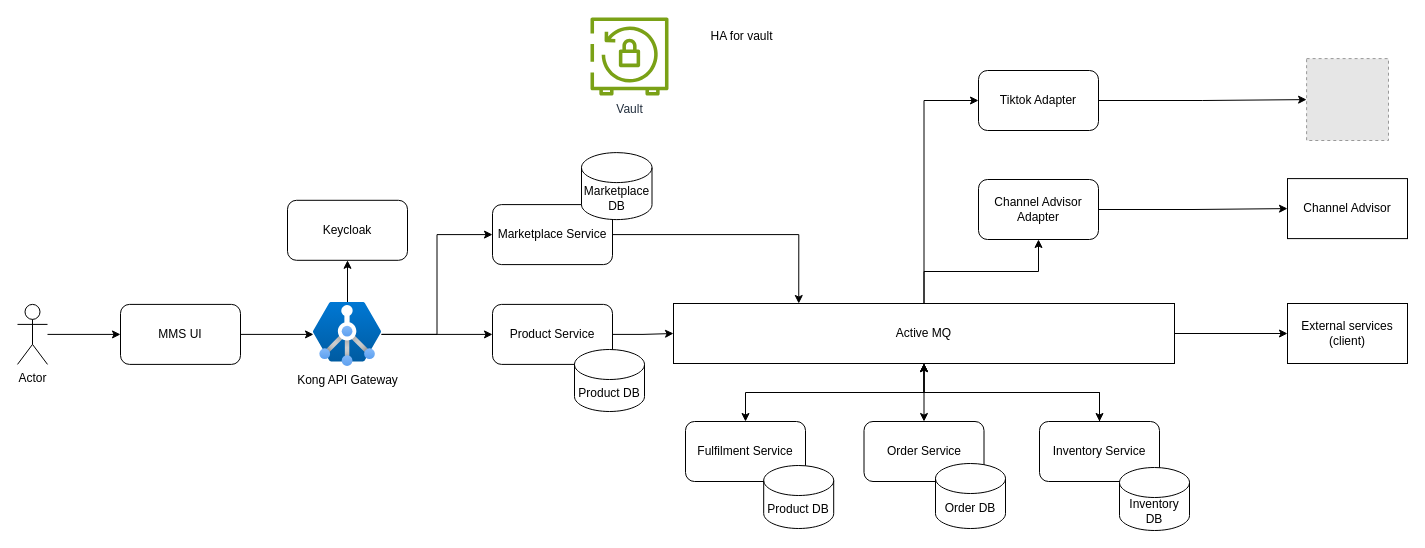
Before: page "Page-16" (16 of 16) of hibernate.drawio in minhtran-q/hibernate-knowledge, a draw.io diagram. Source tidied: cells renumbered, new cells numbered last; positions are measured from the earlier drawing's top-left corner, leaving out a move shared by most shapes. Both pictures are drawn from the tidied source at 100%, with x=0, y=0 at pixel (17, 17). Pictures stored in the file or linked from it are replaced by grey dashed boxes.
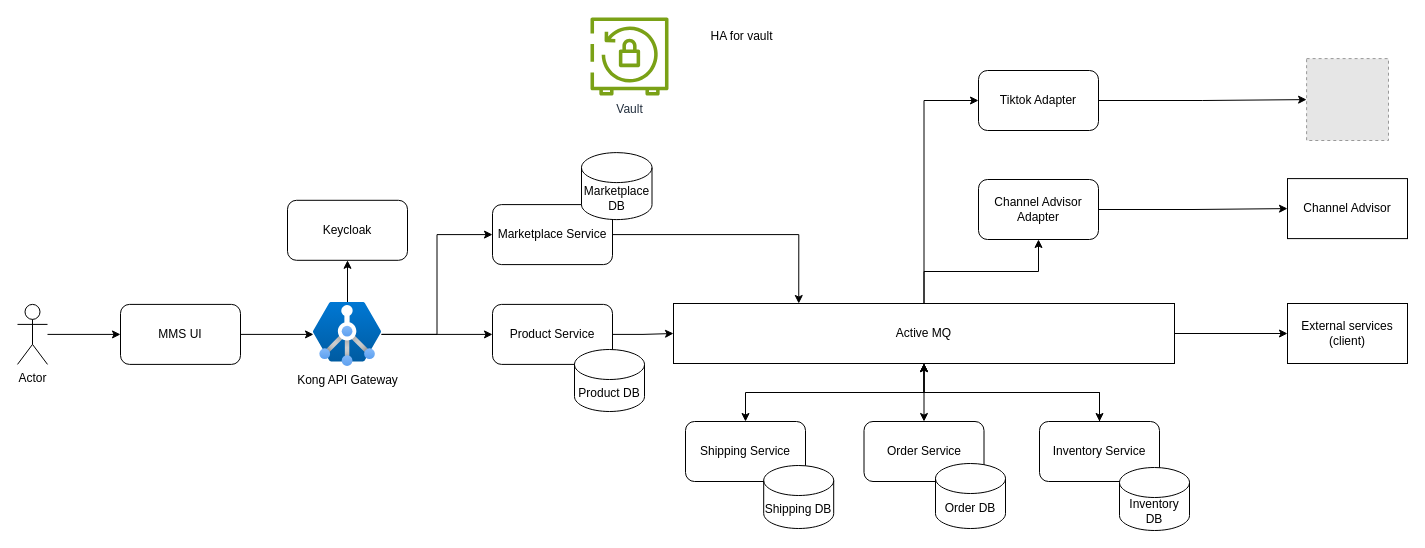
Above is the later version.

Change to the diagram source:
```diff
@@
-    <mxCell id="15" value="&lt;span&gt;&lt;span dir=&quot;ltr&quot; class=&quot;ui-provider a b c d e f g h i j k l m n o p q r s t u v w x y z ab ac ae af ag ah ai aj ak&quot;&gt;Fulfilment Service&lt;/span&gt;&lt;/span&gt;" style="rounded=1;whiteSpace=wrap;html=1;" parent="1" vertex="1">
+    <mxCell id="15" value="&lt;span&gt;&lt;span dir=&quot;ltr&quot; class=&quot;ui-provider a b c d e f g h i j k l m n o p q r s t u v w x y z ab ac ae af ag ah ai aj ak&quot;&gt;Shipping Service&lt;/span&gt;&lt;/span&gt;" style="rounded=1;whiteSpace=wrap;html=1;" parent="1" vertex="1">
       <mxGeometry x="668" y="404" width="120" height="60" as="geometry" />
     </mxCell>
@@
-    <mxCell id="38" value="Product DB" style="shape=cylinder3;whiteSpace=wrap;html=1;boundedLbl=1;backgroundOutline=1;size=15;" parent="1" vertex="1">
+    <mxCell id="38" value="Shipping DB" style="shape=cylinder3;whiteSpace=wrap;html=1;boundedLbl=1;backgroundOutline=1;size=15;" parent="1" vertex="1">
       <mxGeometry x="746.2" y="448" width="70" height="63" as="geometry" />
     </mxCell>
```
